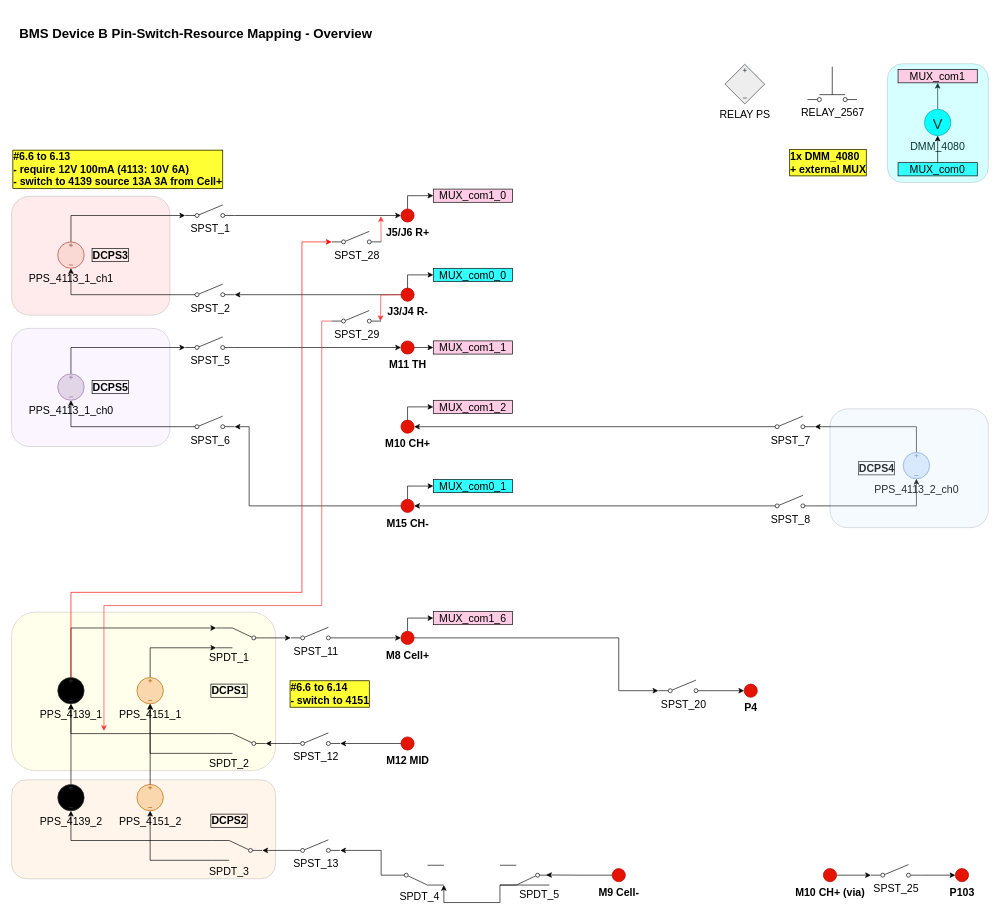
ktlim-xy/draw-io keeps this draw.io diagram as BMS_device_B_6p9.drawio. Above is the earlier version. Source tidied: cells renumbered, new cells numbered last; positions are measured from the earlier drawing's top-left corner, leaving out a move shared by most shapes. Both pictures are drawn from the tidied source at 66%, with x=0, y=0 at pixel (11, 11).
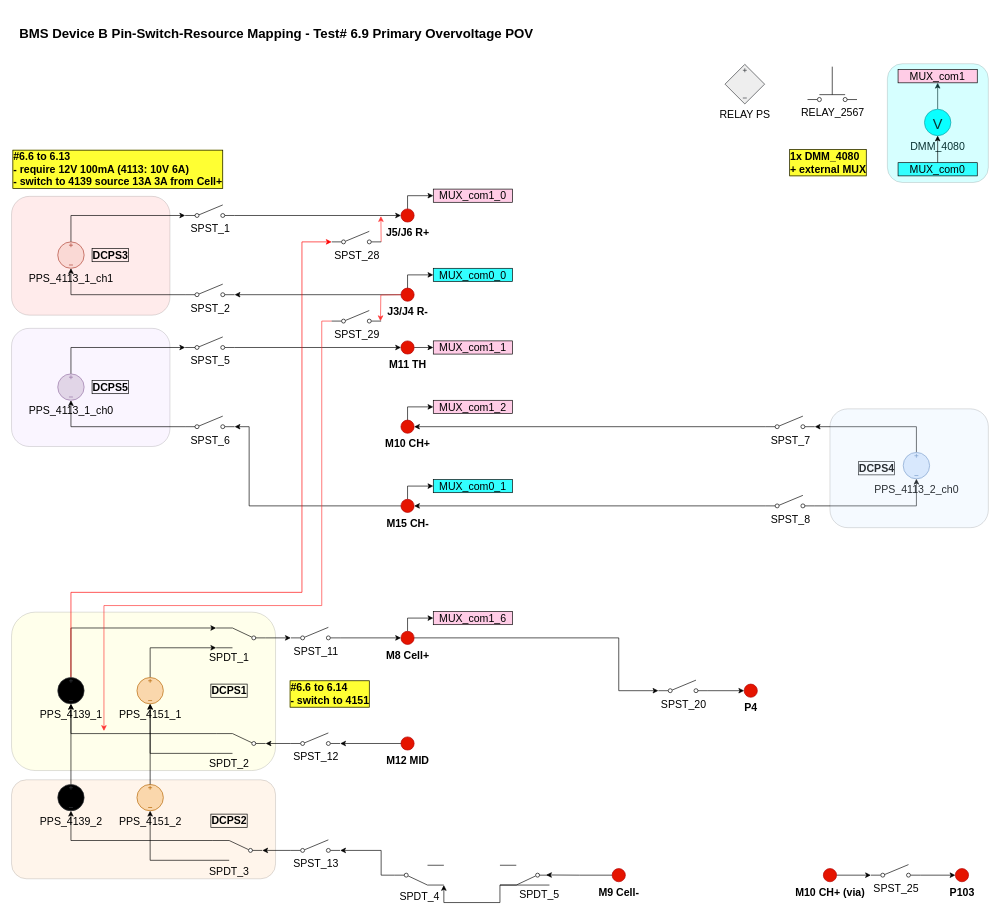
The same diagram, later.

The edit, as a diff of the source:
```diff
@@
-    <mxCell id="106" value="&lt;b&gt;BMS Device B Pin-Switch-Resource Mapping - Overview&amp;nbsp;&lt;/b&gt;" style="text;html=1;whiteSpace=wrap;strokeColor=none;fillColor=none;align=left;verticalAlign=middle;rounded=0;fontSize=20;" parent="1" vertex="1">
+    <mxCell id="106" value="&lt;b&gt;BMS Device B Pin-Switch-Resource Mapping - Test# 6.9 Primary Overvoltage POV&amp;nbsp;&amp;nbsp;&lt;/b&gt;" style="text;html=1;whiteSpace=wrap;strokeColor=none;fillColor=none;align=left;verticalAlign=middle;rounded=0;fontSize=20;" parent="1" vertex="1">
       <mxGeometry x="10" width="1010" height="65" as="geometry" />
     </mxCell>
```
